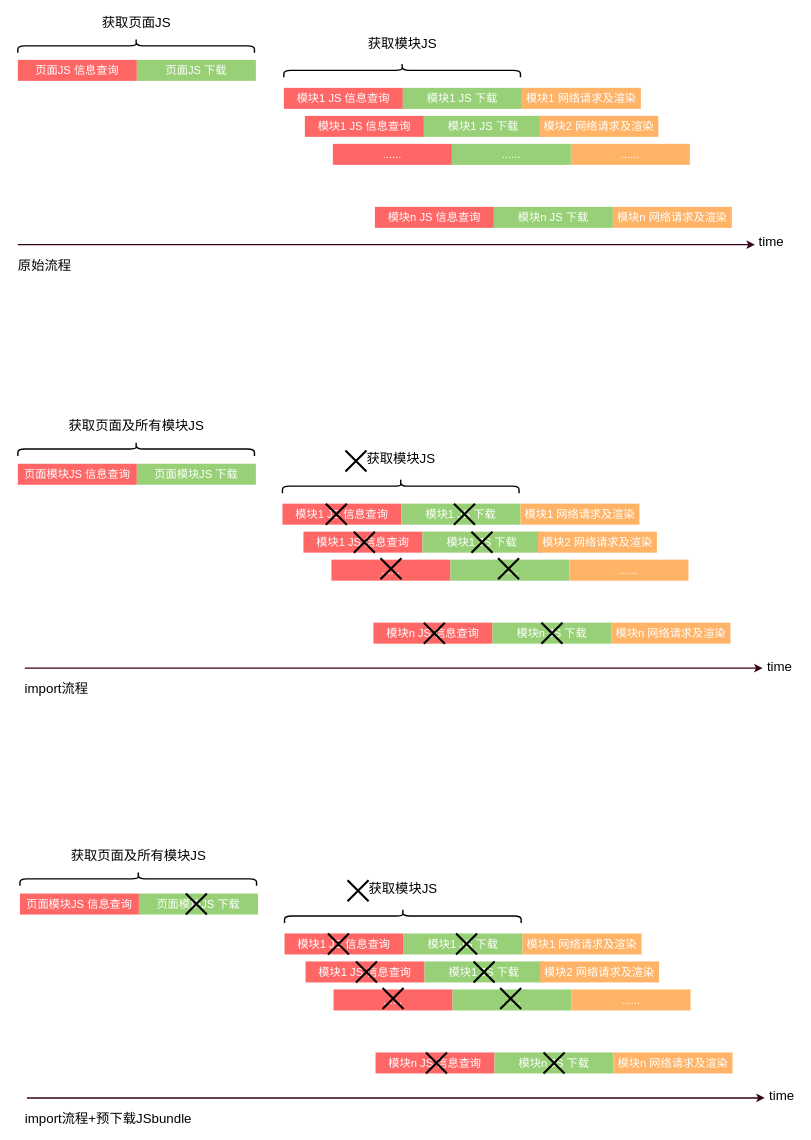
Earlier version of the draw.io diagram page "第 11 页" (12 of 13) of 未命名绘图.drawio (hpk1994/shophome). Source tidied: cells renumbered, new cells numbered last; positions are measured from the earlier drawing's top-left corner, leaving out a move shared by most shapes. Both pictures are drawn from the tidied source at 70%, with x=0, y=0 at pixel (13, -73).
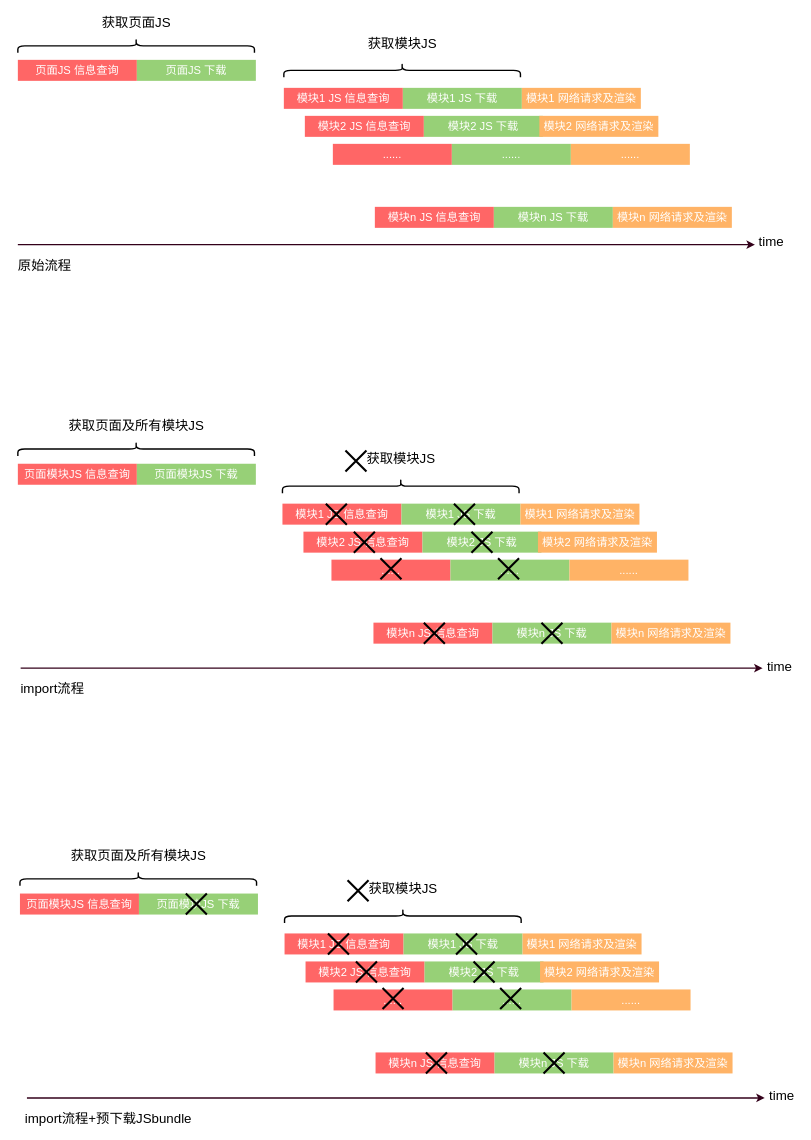
Above is the later version.

Change to the diagram source:
```diff
@@
-    <mxCell id="7" value="模块1 JS 信息查询" style="rounded=0;whiteSpace=wrap;html=1;shadow=0;strokeColor=none;strokeWidth=2;fillColor=#FF6666;fontSize=16;fontColor=#ffffff;" parent="1" vertex="1">
+    <mxCell id="7" value="模块2 JS 信息查询" style="rounded=0;whiteSpace=wrap;html=1;shadow=0;strokeColor=none;strokeWidth=2;fillColor=#FF6666;fontSize=16;fontColor=#ffffff;" parent="1" vertex="1">
       <mxGeometry x="417" y="269" width="170" height="30" as="geometry" />
     </mxCell>
-    <mxCell id="8" value="&lt;font color=&quot;#ffffff&quot;&gt;模块1 JS 下载&lt;/font&gt;" style="rounded=0;whiteSpace=wrap;html=1;shadow=0;strokeColor=none;strokeWidth=2;fillColor=#97D077;fontSize=16;" parent="1" vertex="1">
+    <mxCell id="8" value="&lt;font color=&quot;#ffffff&quot;&gt;模块2 JS 下载&lt;/font&gt;" style="rounded=0;whiteSpace=wrap;html=1;shadow=0;strokeColor=none;strokeWidth=2;fillColor=#97D077;fontSize=16;" parent="1" vertex="1">
       <mxGeometry x="587" y="269" width="170" height="30" as="geometry" />
     </mxCell>
@@
     <mxCell id="18" style="endArrow=classic;html=1;strokeColor=#33001A;strokeWidth=2;fontSize=16;entryX=0.02;entryY=0.533;entryDx=0;entryDy=0;entryPerimeter=0;" parent="1" edge="1">
       <mxGeometry relative="1" as="geometry">
-        <mxPoint x="17" y="1058" as="sourcePoint" />
+        <mxPoint x="11" y="1058" as="sourcePoint" />
         <mxPoint x="1071" y="1058" as="targetPoint" />
       </mxGeometry>
     </mxCell>
@@
     <mxCell id="29" value="import流程" style="text;html=1;align=center;verticalAlign=middle;fontSize=19;" parent="1" vertex="1">
-      <mxGeometry x="7" y="1073" width="110" height="30" as="geometry" />
+      <mxGeometry x="1" y="1073" width="110" height="30" as="geometry" />
     </mxCell>
@@
-    <mxCell id="33" value="模块1 JS 信息查询" style="rounded=0;whiteSpace=wrap;html=1;shadow=0;strokeColor=none;strokeWidth=2;fillColor=#FF6666;fontSize=16;fontColor=#ffffff;" parent="1" vertex="1">
+    <mxCell id="33" value="模块2 JS 信息查询" style="rounded=0;whiteSpace=wrap;html=1;shadow=0;strokeColor=none;strokeWidth=2;fillColor=#FF6666;fontSize=16;fontColor=#ffffff;" parent="1" vertex="1">
       <mxGeometry x="415" y="863" width="170" height="30" as="geometry" />
     </mxCell>
-    <mxCell id="34" value="&lt;font color=&quot;#ffffff&quot;&gt;模块1 JS 下载&lt;/font&gt;" style="rounded=0;whiteSpace=wrap;html=1;shadow=0;strokeColor=none;strokeWidth=2;fillColor=#97D077;fontSize=16;" parent="1" vertex="1">
+    <mxCell id="34" value="&lt;font color=&quot;#ffffff&quot;&gt;模块2 JS 下载&lt;/font&gt;" style="rounded=0;whiteSpace=wrap;html=1;shadow=0;strokeColor=none;strokeWidth=2;fillColor=#97D077;fontSize=16;" parent="1" vertex="1">
       <mxGeometry x="585" y="863" width="170" height="30" as="geometry" />
     </mxCell>
@@
-    <mxCell id="62" value="模块1 JS 信息查询" style="rounded=0;whiteSpace=wrap;html=1;shadow=0;strokeColor=none;strokeWidth=2;fillColor=#FF6666;fontSize=16;fontColor=#ffffff;" parent="1" vertex="1">
+    <mxCell id="62" value="模块2 JS 信息查询" style="rounded=0;whiteSpace=wrap;html=1;shadow=0;strokeColor=none;strokeWidth=2;fillColor=#FF6666;fontSize=16;fontColor=#ffffff;" parent="1" vertex="1">
       <mxGeometry x="418" y="1477" width="170" height="30" as="geometry" />
     </mxCell>
-    <mxCell id="63" value="&lt;font color=&quot;#ffffff&quot;&gt;模块1 JS 下载&lt;/font&gt;" style="rounded=0;whiteSpace=wrap;html=1;shadow=0;strokeColor=none;strokeWidth=2;fillColor=#97D077;fontSize=16;" parent="1" vertex="1">
+    <mxCell id="63" value="&lt;font color=&quot;#ffffff&quot;&gt;模块2 JS 下载&lt;/font&gt;" style="rounded=0;whiteSpace=wrap;html=1;shadow=0;strokeColor=none;strokeWidth=2;fillColor=#97D077;fontSize=16;" parent="1" vertex="1">
       <mxGeometry x="588" y="1477" width="170" height="30" as="geometry" />
     </mxCell>
```
